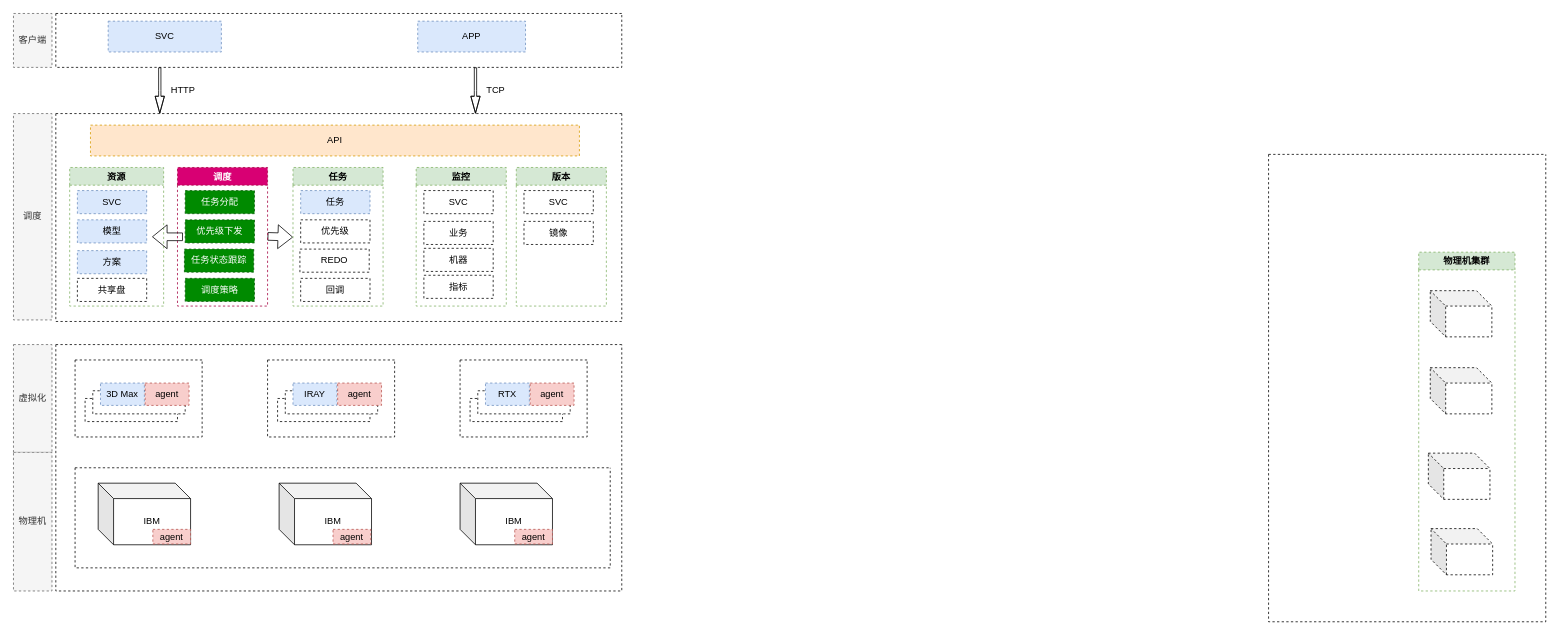
Earlier version of the draw.io diagram 平台2.0/云渲染调度.drawio (Msimplehub/abbysun). Source tidied: cells renumbered, new cells numbered last; positions are measured from the earlier drawing's top-left corner, leaving out a move shared by most shapes. Both pictures are drawn from the tidied source at 77%, with x=0, y=0 at pixel (13, 13).
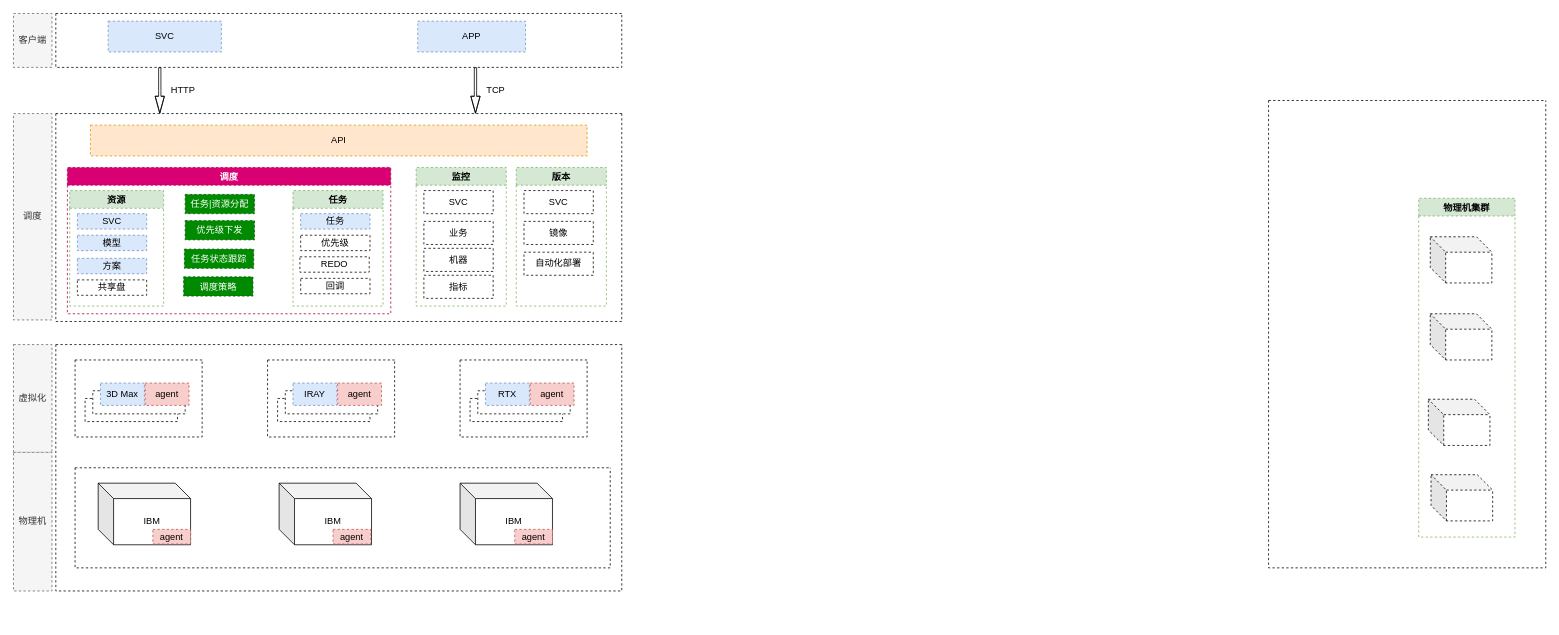
Above is the later version.

Commit message:
Update 云渲染调度.drawio

Unchanged cells that the change refers to:
```xml
<mxCell id="17" style="swimlane;startSize=0;dashed=1;" parent="1" vertex="1">
  <mxGeometry x="55" y="130" width="735" height="270" as="geometry" />
</mxCell>
```

Change to the diagram source:
```diff
@@
     <mxCell id="18" value="资源" style="swimlane;dashed=1;fillColor=#d5e8d4;strokeColor=#82b366;" parent="17" vertex="1">
-      <mxGeometry x="18" y="70" width="122" height="180" as="geometry" />
+      <mxGeometry x="18" y="100" width="122" height="150" as="geometry" />
     </mxCell>
     <mxCell id="19" value="SVC" style="rounded=0;whiteSpace=wrap;html=1;dashed=1;fillColor=#dae8fc;strokeColor=#6c8ebf;" parent="18" vertex="1">
-      <mxGeometry x="10" y="30" width="90" height="30" as="geometry" />
+      <mxGeometry x="10" y="30" width="90" height="20" as="geometry" />
     </mxCell>
     <mxCell id="20" value="API" style="rounded=0;whiteSpace=wrap;html=1;dashed=1;fillColor=#ffe6cc;strokeColor=#d79b00;" parent="17" vertex="1">
-      <mxGeometry x="45" y="15" width="635" height="40" as="geometry" />
+      <mxGeometry x="45" y="15" width="645" height="40" as="geometry" />
     </mxCell>
-    <mxCell id="21" style="shape=flexArrow;endArrow=classic;html=1;rounded=0;entryX=0;entryY=0.75;entryDx=0;entryDy=0;" parent="17" edge="1">
-      <mxGeometry relative="1" as="geometry">
-        <mxPoint x="275" y="159.5" as="sourcePoint" />
-        <mxPoint x="308" y="160.5" as="targetPoint" />
-      </mxGeometry>
-    </mxCell>
     <mxCell id="22" value="模型" style="rounded=0;whiteSpace=wrap;html=1;dashed=1;fillColor=#dae8fc;strokeColor=#6c8ebf;" parent="1" vertex="1">
-      <mxGeometry x="83" y="268" width="90" height="30" as="geometry" />
+      <mxGeometry x="83" y="288" width="90" height="20" as="geometry" />
     </mxCell>
     <mxCell id="23" value="方案" style="rounded=0;whiteSpace=wrap;html=1;dashed=1;fillColor=#dae8fc;strokeColor=#6c8ebf;" parent="1" vertex="1">
-      <mxGeometry x="83" y="308" width="90" height="30" as="geometry" />
+      <mxGeometry x="83" y="318" width="90" height="20" as="geometry" />
     </mxCell>
     <mxCell id="24" value="任务" style="swimlane;dashed=1;fillColor=#d5e8d4;strokeColor=#82b366;" parent="1" vertex="1">
-      <mxGeometry x="363" y="200" width="117" height="180" as="geometry" />
+      <mxGeometry x="363" y="230" width="117" height="150" as="geometry" />
     </mxCell>
     <mxCell id="25" value="任务" style="rounded=0;whiteSpace=wrap;html=1;dashed=1;fillColor=#dae8fc;strokeColor=#6c8ebf;" parent="24" vertex="1">
-      <mxGeometry x="10" y="30" width="90" height="30" as="geometry" />
+      <mxGeometry x="10" y="30" width="90" height="20" as="geometry" />
     </mxCell>
     <mxCell id="26" value="优先级" style="rounded=0;whiteSpace=wrap;html=1;dashed=1;" parent="1" vertex="1">
-      <mxGeometry x="373" y="268" width="90" height="30" as="geometry" />
+      <mxGeometry x="373" y="288" width="90" height="20" as="geometry" />
     </mxCell>
     <mxCell id="27" value="REDO" style="rounded=0;whiteSpace=wrap;html=1;dashed=1;" parent="1" vertex="1">
-      <mxGeometry x="372" y="306" width="90" height="30" as="geometry" />
+      <mxGeometry x="372" y="316" width="90" height="20" as="geometry" />
     </mxCell>
@@
     <mxCell id="33" value="共享盘" style="rounded=0;whiteSpace=wrap;html=1;dashed=1;" parent="1" vertex="1">
-      <mxGeometry x="83" y="344" width="90" height="30" as="geometry" />
+      <mxGeometry x="83" y="346" width="90" height="20" as="geometry" />
     </mxCell>
@@
     <mxCell id="56" value="回调" style="rounded=0;whiteSpace=wrap;html=1;dashed=1;" parent="1" vertex="1">
-      <mxGeometry x="373" y="344" width="90" height="30" as="geometry" />
+      <mxGeometry x="373" y="344" width="90" height="20" as="geometry" />
     </mxCell>
     <mxCell id="57" style="shape=cube;whiteSpace=wrap;html=1;boundedLbl=1;backgroundOutline=1;darkOpacity=0.05;darkOpacity2=0.1;dashed=1;" parent="1" vertex="1">
-      <mxGeometry x="1841" y="669" width="80" height="60" as="geometry" />
+      <mxGeometry x="1841" y="599" width="80" height="60" as="geometry" />
     </mxCell>
     <mxCell id="58" value="物理机集群" style="swimlane;dashed=1;fillColor=#d5e8d4;strokeColor=#82b366;" parent="1" vertex="1">
-      <mxGeometry x="1825" y="310" width="125" height="440" as="geometry" />
+      <mxGeometry x="1825" y="240" width="125" height="440" as="geometry" />
     </mxCell>
@@
     <mxCell id="62" style="swimlane;startSize=0;dashed=1;" parent="1" vertex="1">
-      <mxGeometry x="1630" y="183" width="360" height="607" as="geometry" />
+      <mxGeometry x="1630" y="113" width="360" height="607" as="geometry" />
     </mxCell>
     <mxCell id="63" value="调度" style="swimlane;dashed=1;fillColor=#d80073;strokeColor=#A50040;fontColor=#ffffff;" parent="1" vertex="1">
-      <mxGeometry x="213" y="200" width="117" height="180" as="geometry" />
+      <mxGeometry x="70" y="200" width="420" height="190" as="geometry" />
     </mxCell>
-    <mxCell id="64" value="任务分配" style="rounded=0;whiteSpace=wrap;html=1;dashed=1;fillColor=#008a00;strokeColor=#005700;fontColor=#ffffff;" parent="63" vertex="1">
-      <mxGeometry x="10" y="30" width="90" height="30" as="geometry" />
+    <mxCell id="64" value="任务|资源分配" style="rounded=0;whiteSpace=wrap;html=1;dashed=1;fillColor=#008a00;strokeColor=#005700;fontColor=#ffffff;" parent="63" vertex="1">
+      <mxGeometry x="153" y="35" width="90" height="25" as="geometry" />
     </mxCell>
     <mxCell id="65" value="优先级下发" style="rounded=0;whiteSpace=wrap;html=1;dashed=1;fillColor=#008a00;fontColor=#ffffff;strokeColor=#005700;" parent="1" vertex="1">
-      <mxGeometry x="223" y="268" width="90" height="30" as="geometry" />
+      <mxGeometry x="223" y="269" width="90" height="25" as="geometry" />
     </mxCell>
     <mxCell id="66" value="任务状态跟踪" style="rounded=0;whiteSpace=wrap;html=1;dashed=1;fillColor=#008a00;fontColor=#ffffff;strokeColor=#005700;" parent="1" vertex="1">
-      <mxGeometry x="222" y="306" width="90" height="30" as="geometry" />
+      <mxGeometry x="222" y="306" width="90" height="25" as="geometry" />
     </mxCell>
     <mxCell id="67" value="调度策略" style="rounded=0;whiteSpace=wrap;html=1;dashed=1;fillColor=#008a00;fontColor=#ffffff;strokeColor=#005700;" parent="1" vertex="1">
-      <mxGeometry x="223" y="344" width="90" height="30" as="geometry" />
+      <mxGeometry x="221" y="342" width="90" height="25" as="geometry" />
     </mxCell>
-    <mxCell id="68" style="shape=flexArrow;endArrow=classic;html=1;rounded=0;" parent="1" edge="1">
-      <mxGeometry relative="1" as="geometry">
-        <mxPoint x="220" y="290" as="sourcePoint" />
-        <mxPoint x="180" y="290" as="targetPoint" />
-      </mxGeometry>
-    </mxCell>
+    <mxCell id="69" value="自动化部署" style="rounded=0;whiteSpace=wrap;html=1;dashed=1;" parent="1" vertex="1">
+      <mxGeometry x="663" y="310" width="90" height="30" as="geometry" />
+    </mxCell>
```
